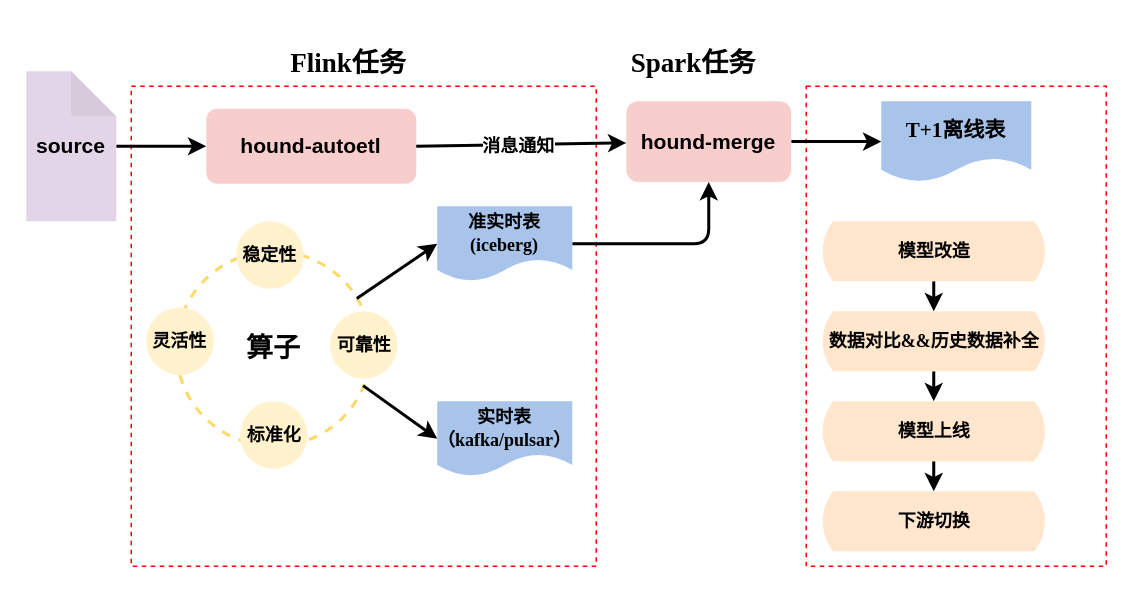
Above: 算子设计.drawio in mineminemine123/work-wiki (draw.io), before the change. Source tidied: cells renumbered, new cells numbered last; positions are measured from the earlier drawing's top-left corner, leaving out a move shared by most shapes. Both pictures are drawn from the tidied source at 150%, with x=0, y=0 at pixel (26, 40).
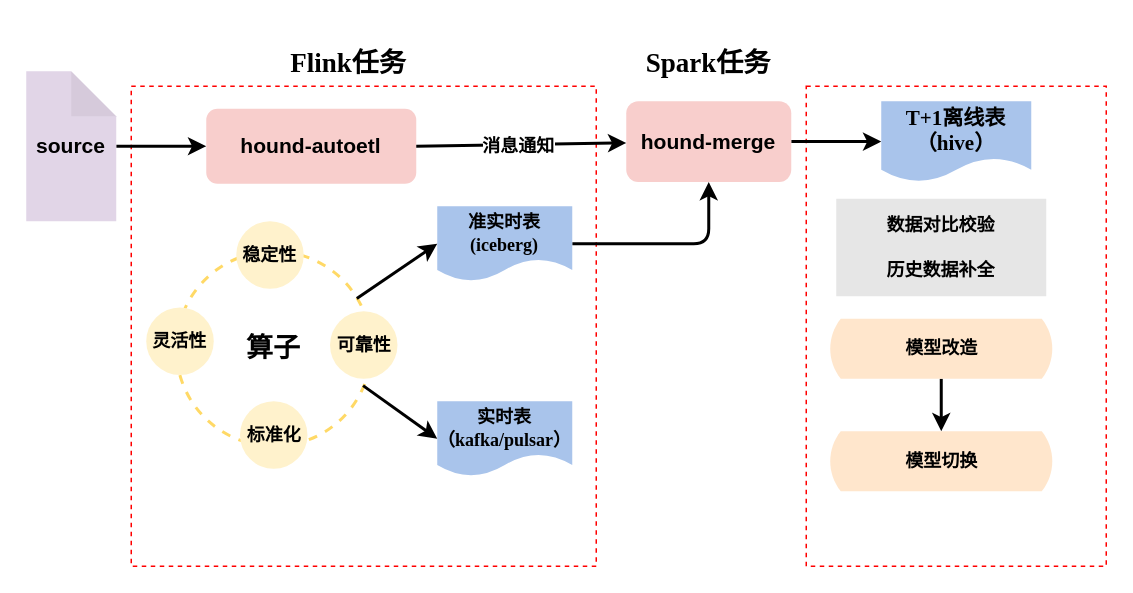
After the change.

Commit message:
更新算子设计.drawio

Diff of the diagram source:
```diff
@@
     <mxCell id="13" value="&lt;h2&gt;Spark任务&lt;/h2&gt;" style="text;html=1;strokeColor=none;fillColor=none;align=center;verticalAlign=middle;whiteSpace=wrap;rounded=0;sketch=0;fontFamily=Times New Roman;" parent="1" vertex="1">
-      <mxGeometry x="400" width="90" height="30" as="geometry" />
+      <mxGeometry x="410" width="90" height="30" as="geometry" />
     </mxCell>
@@
-    <mxCell id="15" value="&lt;h3&gt;T+1离线表&lt;/h3&gt;" style="shape=document;whiteSpace=wrap;html=1;boundedLbl=1;sketch=0;fontFamily=Times New Roman;fontSize=12;strokeColor=none;fillColor=#A9C4EB;" parent="1" vertex="1">
+    <mxCell id="15" value="&lt;h3&gt;T+1离线表（hive）&lt;/h3&gt;" style="shape=document;whiteSpace=wrap;html=1;boundedLbl=1;sketch=0;fontFamily=Times New Roman;fontSize=12;strokeColor=none;fillColor=#A9C4EB;" parent="1" vertex="1">
       <mxGeometry x="570" y="40" width="100" height="53.8" as="geometry" />
     </mxCell>
@@
-    <mxCell id="20" style="edgeStyle=orthogonalEdgeStyle;rounded=1;jettySize=auto;html=1;exitX=0.5;exitY=1;exitDx=0;exitDy=0;exitPerimeter=0;entryX=0.5;entryY=0;entryDx=0;entryDy=0;entryPerimeter=0;fontFamily=Times New Roman;fontSize=12;strokeWidth=2;" parent="1" edge="1" source="21" target="23">
-      <mxGeometry relative="1" as="geometry" />
-    </mxCell>
-    <mxCell id="21" value="&lt;h4&gt;模型改造&lt;/h4&gt;" style="html=1;dashed=0;whitespace=wrap;shape=mxgraph.dfd.loop;sketch=0;fontFamily=Times New Roman;fontSize=12;strokeColor=none;fillColor=#ffe6cc;" parent="1" vertex="1">
-      <mxGeometry x="530" y="120" width="150" height="40" as="geometry" />
-    </mxCell>
-    <mxCell id="22" style="edgeStyle=orthogonalEdgeStyle;rounded=1;jettySize=auto;html=1;exitX=0.5;exitY=1;exitDx=0;exitDy=0;exitPerimeter=0;fontFamily=Times New Roman;fontSize=12;strokeWidth=2;" parent="1" edge="1" source="23" target="25">
-      <mxGeometry relative="1" as="geometry" />
-    </mxCell>
-    <mxCell id="23" value="&lt;h4&gt;数据对比&amp;amp;&amp;amp;历史数据补全&lt;/h4&gt;" style="html=1;dashed=0;whitespace=wrap;shape=mxgraph.dfd.loop;sketch=0;fontFamily=Times New Roman;fontSize=12;strokeColor=none;fillColor=#ffe6cc;" parent="1" vertex="1">
-      <mxGeometry x="530" y="180" width="150" height="40" as="geometry" />
-    </mxCell>
@@
-    <mxCell id="25" value="&lt;h4&gt;模型上线&lt;/h4&gt;" style="html=1;dashed=0;whitespace=wrap;shape=mxgraph.dfd.loop;sketch=0;fontFamily=Times New Roman;fontSize=12;fillColor=#ffe6cc;strokeColor=none;" parent="1" vertex="1">
-      <mxGeometry x="530" y="240" width="150" height="40" as="geometry" />
+    <mxCell id="25" value="&lt;h4&gt;模型改造&lt;/h4&gt;" style="html=1;dashed=0;whitespace=wrap;shape=mxgraph.dfd.loop;sketch=0;fontFamily=Times New Roman;fontSize=12;fillColor=#ffe6cc;strokeColor=none;" parent="1" vertex="1">
+      <mxGeometry x="535" y="185" width="150" height="40" as="geometry" />
     </mxCell>
-    <mxCell id="26" value="&lt;h4&gt;下游切换&lt;/h4&gt;" style="html=1;dashed=0;whitespace=wrap;shape=mxgraph.dfd.loop;sketch=0;fontFamily=Times New Roman;fontSize=12;fillColor=#ffe6cc;strokeColor=none;" parent="1" vertex="1">
-      <mxGeometry x="530" y="300" width="150" height="40" as="geometry" />
+    <mxCell id="26" value="&lt;h4&gt;模型切换&lt;/h4&gt;" style="html=1;dashed=0;whitespace=wrap;shape=mxgraph.dfd.loop;sketch=0;fontFamily=Times New Roman;fontSize=12;fillColor=#ffe6cc;strokeColor=none;" parent="1" vertex="1">
+      <mxGeometry x="535" y="260" width="150" height="40" as="geometry" />
     </mxCell>
@@
+    <mxCell id="31" value="&lt;h4&gt;数据对比校验&lt;/h4&gt;&lt;h4&gt;历史数据补全&lt;/h4&gt;" style="rounded=0;whiteSpace=wrap;html=1;dashed=1;sketch=0;fontFamily=Times New Roman;fontSize=12;strokeColor=none;strokeWidth=2;fillColor=#E6E6E6;" parent="1" vertex="1">
+      <mxGeometry x="540" y="105" width="140" height="65" as="geometry" />
+    </mxCell>
```
